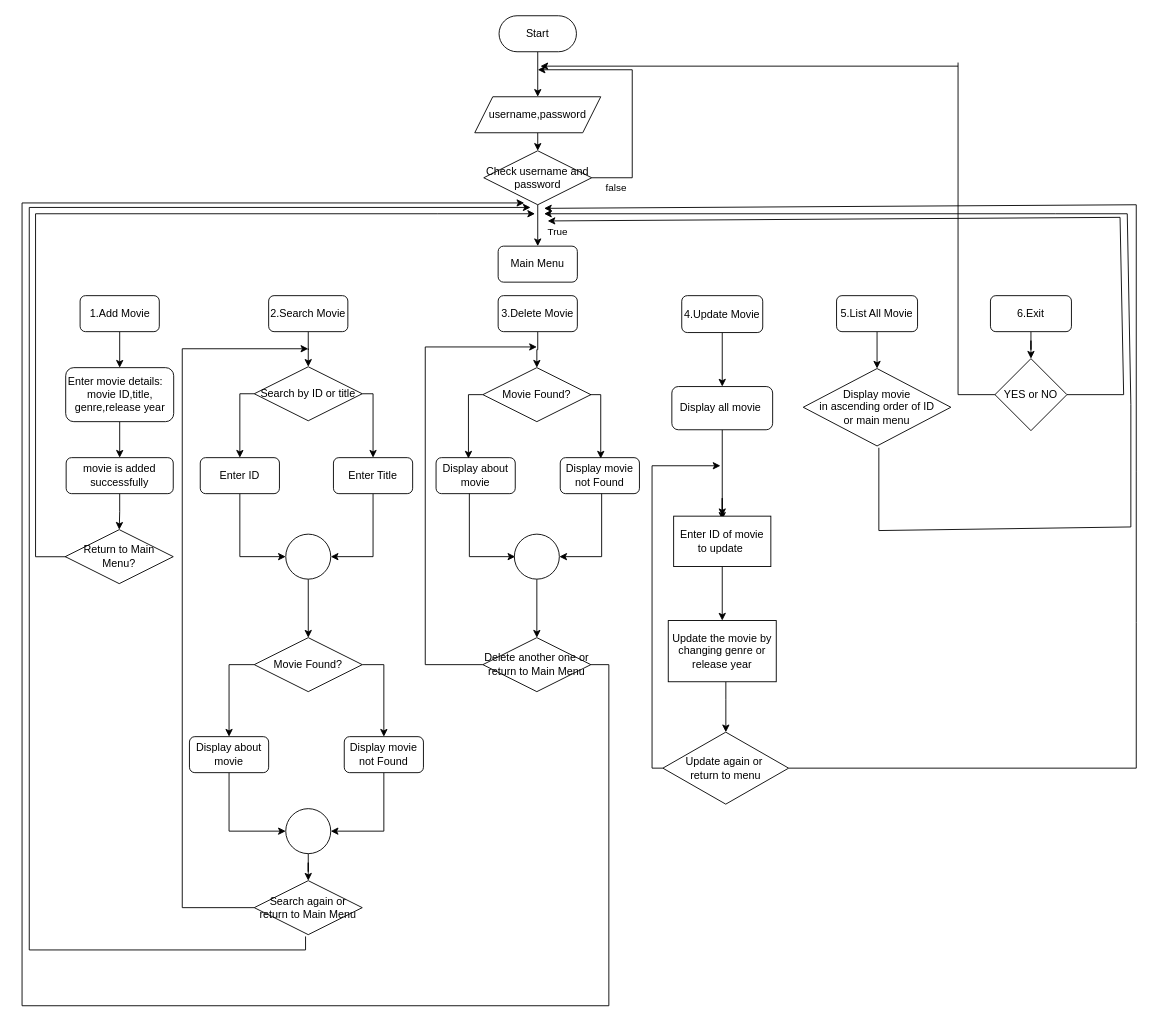
This is Untitled Diagram.drawio from Shikilion/Assignment, a draw.io file, before an edit. Source tidied: cells renumbered, new cells numbered last; positions are measured from the earlier drawing's top-left corner, leaving out a move shared by most shapes. Both pictures are drawn from the tidied source at 90%, with x=0, y=0 at pixel (22, 15).
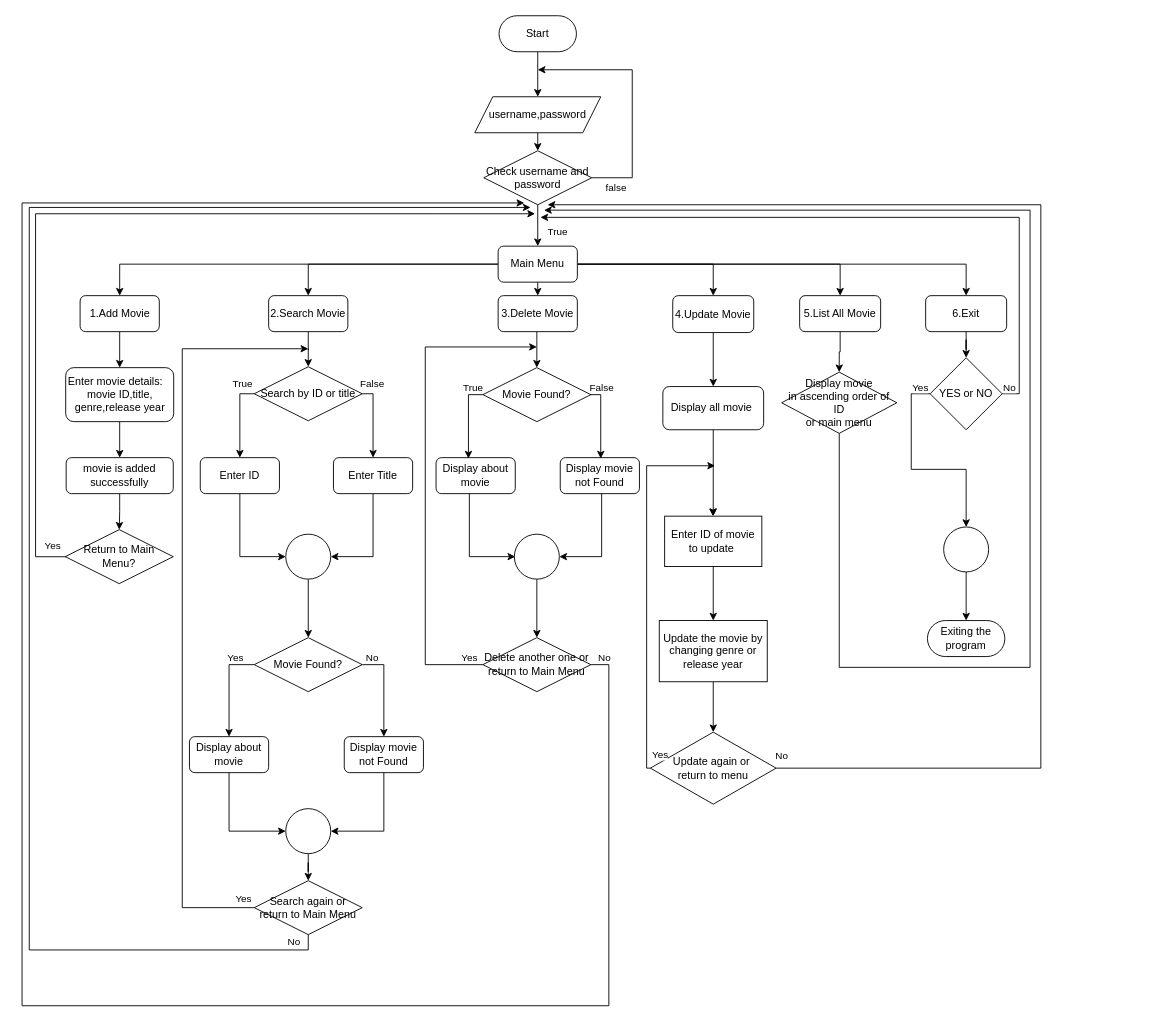
Above is the later version.

The change refers to these unchanged cells:
```xml
<mxCell id="7" value="1.Add Movie" style="rounded=1;whiteSpace=wrap;html=1;" parent="1" vertex="1">
  <mxGeometry x="64.5" y="311" width="88" height="40" as="geometry" />
</mxCell>
<mxCell id="9" value="2.Search Movie" style="rounded=1;whiteSpace=wrap;html=1;" parent="1" vertex="1">
  <mxGeometry x="274" y="311" width="88" height="40" as="geometry" />
</mxCell>
<mxCell id="11" value="3.Delete Movie" style="rounded=1;whiteSpace=wrap;html=1;" parent="1" vertex="1">
  <mxGeometry x="529" y="311" width="88" height="40" as="geometry" />
</mxCell>
<mxCell id="22" style="edgeStyle=orthogonalEdgeStyle;rounded=0;orthogonalLoop=1;jettySize=auto;html=1;" parent="1" edge="1">
  <mxGeometry relative="1" as="geometry">
    <mxPoint x="51.9" y="601.1" as="sourcePoint" />
    <mxPoint x="570" y="220" as="targetPoint" />
    <Array as="points">
      <mxPoint x="15" y="601" />
      <mxPoint x="15" y="220" />
      <mxPoint x="462" y="220" />
    </Array>
  </mxGeometry>
</mxCell>
<mxCell id="24" style="edgeStyle=orthogonalEdgeStyle;rounded=0;jettySize=auto;html=1;entryX=0.5;entryY=0;entryDx=0;entryDy=0;" parent="1" edge="1" source="26" target="28">
  <mxGeometry relative="1" as="geometry">
    <Array as="points">
      <mxPoint x="242" y="420" />
    </Array>
  </mxGeometry>
</mxCell>
<mxCell id="25" style="edgeStyle=orthogonalEdgeStyle;rounded=0;jettySize=auto;html=1;entryX=0.5;entryY=0;entryDx=0;entryDy=0;" parent="1" edge="1" source="26" target="30">
  <mxGeometry relative="1" as="geometry">
    <Array as="points">
      <mxPoint x="390" y="420" />
    </Array>
  </mxGeometry>
</mxCell>
<mxCell id="33" style="edgeStyle=orthogonalEdgeStyle;rounded=0;jettySize=auto;html=1;entryX=0.5;entryY=0;entryDx=0;entryDy=0;" parent="1" edge="1" source="35" target="37">
  <mxGeometry relative="1" as="geometry">
    <Array as="points">
      <mxPoint x="230" y="721" />
    </Array>
  </mxGeometry>
</mxCell>
<mxCell id="34" style="edgeStyle=orthogonalEdgeStyle;rounded=0;jettySize=auto;html=1;entryX=0.5;entryY=0;entryDx=0;entryDy=0;" parent="1" edge="1" source="35" target="39">
  <mxGeometry relative="1" as="geometry">
    <Array as="points">
      <mxPoint x="402" y="721" />
    </Array>
  </mxGeometry>
</mxCell>
<mxCell id="40" style="edgeStyle=orthogonalEdgeStyle;rounded=0;jettySize=auto;html=1;" parent="1" edge="1" source="42">
  <mxGeometry relative="1" as="geometry">
    <mxPoint x="318" y="370" as="targetPoint" />
    <Array as="points">
      <mxPoint x="178" y="991" />
      <mxPoint x="178" y="370" />
    </Array>
  </mxGeometry>
</mxCell>
<mxCell id="42" value="Search again or return to Main Menu" style="rhombus;whiteSpace=wrap;html=1;" parent="1" vertex="1">
  <mxGeometry x="258" y="961" width="120" height="60" as="geometry" />
</mxCell>
<mxCell id="43" value="Movie Found?" style="rhombus;whiteSpace=wrap;html=1;" parent="1" vertex="1">
  <mxGeometry x="512" y="391" width="120" height="60" as="geometry" />
</mxCell>
<mxCell id="46" style="edgeStyle=orthogonalEdgeStyle;rounded=0;jettySize=auto;html=1;" parent="1" edge="1" source="48">
  <mxGeometry relative="1" as="geometry">
    <mxPoint x="572" y="368" as="targetPoint" />
    <Array as="points">
      <mxPoint x="448" y="721" />
      <mxPoint x="448" y="368" />
    </Array>
  </mxGeometry>
</mxCell>
<mxCell id="47" style="edgeStyle=orthogonalEdgeStyle;rounded=0;jettySize=auto;html=1;exitX=1;exitY=0.5;exitDx=0;exitDy=0;" parent="1" edge="1" source="48">
  <mxGeometry relative="1" as="geometry">
    <mxPoint x="558" y="208" as="targetPoint" />
    <Array as="points">
      <mxPoint x="652" y="721" />
      <mxPoint x="652" y="1100" />
      <mxPoint y="1100" />
      <mxPoint y="208" />
    </Array>
  </mxGeometry>
</mxCell>
<mxCell id="58" value="Main Menu" style="rounded=1;whiteSpace=wrap;html=1;" parent="1" vertex="1">
  <mxGeometry x="529" y="256" width="88" height="40" as="geometry" />
</mxCell>
<mxCell id="59" style="edgeStyle=orthogonalEdgeStyle;rounded=0;orthogonalLoop=1;jettySize=auto;html=1;entryX=0.5;entryY=0;entryDx=0;entryDy=0;" parent="1" edge="1">
  <mxGeometry relative="1" as="geometry">
    <mxPoint x="512" y="421" as="sourcePoint" />
    <mxPoint x="496" y="492" as="targetPoint" />
    <Array as="points">
      <mxPoint x="496" y="421" />
    </Array>
  </mxGeometry>
</mxCell>
<mxCell id="60" style="edgeStyle=orthogonalEdgeStyle;rounded=0;orthogonalLoop=1;jettySize=auto;html=1;entryX=0.5;entryY=0;entryDx=0;entryDy=0;" parent="1" edge="1">
  <mxGeometry relative="1" as="geometry">
    <mxPoint x="631" y="421" as="sourcePoint" />
    <mxPoint x="643" y="492" as="targetPoint" />
    <Array as="points">
      <mxPoint x="643" y="421" />
    </Array>
  </mxGeometry>
</mxCell>
```

The edit, as a diff of the source:
```diff
@@
     <mxCell id="10" style="edgeStyle=orthogonalEdgeStyle;rounded=0;jettySize=auto;html=1;entryX=0.5;entryY=0;entryDx=0;entryDy=0;" parent="1" edge="1" source="11" target="43">
-      <mxGeometry relative="1" as="geometry" />
+      <mxGeometry relative="1" as="geometry">
+        <Array as="points">
+          <mxPoint x="572" y="360" />
+          <mxPoint x="572" y="360" />
+        </Array>
+      </mxGeometry>
     </mxCell>
@@
     <mxCell id="13" value="4.Update Movie" style="rounded=1;whiteSpace=wrap;html=1;" parent="1" vertex="1">
-      <mxGeometry x="733" y="311" width="90" height="41" as="geometry" />
+      <mxGeometry x="723" y="311" width="90" height="41" as="geometry" />
     </mxCell>
@@
     <mxCell id="15" value="5.List All Movie" style="rounded=1;whiteSpace=wrap;html=1;" parent="1" vertex="1">
-      <mxGeometry x="905" y="311" width="90" height="40" as="geometry" />
+      <mxGeometry x="864" y="311" width="90" height="40" as="geometry" />
     </mxCell>
@@
     <mxCell id="17" value="6.Exit" style="rounded=1;whiteSpace=wrap;html=1;" parent="1" vertex="1">
-      <mxGeometry x="1076" y="311" width="90" height="40" as="geometry" />
+      <mxGeometry x="1004" y="311" width="90" height="40" as="geometry" />
     </mxCell>
@@
+    <mxCell id="82" value="Yes" style="edgeLabel;html=1;align=center;verticalAlign=middle;" parent="22" vertex="1">
+      <mxGeometry x="-0.97" y="-4" relative="1" as="geometry">
+        <mxPoint x="-3" y="-9" as="offset" />
+      </mxGeometry>
+    </mxCell>
@@
+    <mxCell id="83" value="True" style="edgeLabel;html=1;align=center;verticalAlign=middle;" parent="24" vertex="1">
+      <mxGeometry x="-0.75" y="1" relative="1" as="geometry">
+        <mxPoint x="-3" y="-13" as="offset" />
+      </mxGeometry>
+    </mxCell>
@@
+    <mxCell id="84" value="False" style="edgeLabel;html=1;align=center;verticalAlign=middle;" parent="25" vertex="1">
+      <mxGeometry x="-0.38" relative="1" as="geometry">
+        <mxPoint x="-2" y="-26" as="offset" />
+      </mxGeometry>
+    </mxCell>
@@
+    <mxCell id="85" value="Yes" style="edgeLabel;html=1;align=center;verticalAlign=middle;" parent="33" vertex="1">
+      <mxGeometry x="-0.6" y="1" relative="1" as="geometry">
+        <mxPoint y="-10" as="offset" />
+      </mxGeometry>
+    </mxCell>
@@
+    <mxCell id="86" value="No" style="edgeLabel;html=1;align=center;verticalAlign=middle;" parent="34" vertex="1">
+      <mxGeometry x="-0.79" y="-2" relative="1" as="geometry">
+        <mxPoint x="-1" y="-11" as="offset" />
+      </mxGeometry>
+    </mxCell>
@@
+    <mxCell id="87" value="Yes" style="edgeLabel;html=1;align=center;verticalAlign=middle;" parent="40" vertex="1">
+      <mxGeometry x="-0.97" relative="1" as="geometry">
+        <mxPoint y="-11" as="offset" />
+      </mxGeometry>
+    </mxCell>
-    <mxCell id="41" style="edgeStyle=orthogonalEdgeStyle;rounded=0;orthogonalLoop=1;jettySize=auto;html=1;" parent="1" edge="1">
+    <mxCell id="41" style="edgeStyle=orthogonalEdgeStyle;rounded=0;jettySize=auto;html=1;exitX=0.5;exitY=1;exitDx=0;exitDy=0;" parent="1" edge="1" source="42">
       <mxGeometry relative="1" as="geometry">
-        <mxPoint x="315" y="1023" as="sourcePoint" />
         <mxPoint x="565" y="213" as="targetPoint" />
         <Array as="points">
-          <mxPoint x="315" y="1038" />
+          <mxPoint x="318" y="1038" />
           <mxPoint x="8" y="1038" />
           <mxPoint x="8" y="213" />
         </Array>
       </mxGeometry>
     </mxCell>
+    <mxCell id="88" value="No" style="edgeLabel;html=1;align=center;verticalAlign=middle;" parent="41" vertex="1">
+      <mxGeometry x="-0.96" y="4" relative="1" as="geometry">
+        <mxPoint y="-14" as="offset" />
+      </mxGeometry>
+    </mxCell>
@@
+    <mxCell id="89" value="Yes" style="edgeLabel;html=1;align=center;verticalAlign=middle;" parent="46" vertex="1">
+      <mxGeometry x="-0.94" y="3" relative="1" as="geometry">
+        <mxPoint y="-12" as="offset" />
+      </mxGeometry>
+    </mxCell>
@@
+    <mxCell id="90" value="No" style="edgeLabel;html=1;align=center;verticalAlign=middle;" parent="47" vertex="1">
+      <mxGeometry x="-0.99" relative="1" as="geometry">
+        <mxPoint x="1" y="-9" as="offset" />
+      </mxGeometry>
+    </mxCell>
@@
+    <mxCell id="91" style="edgeStyle=orthogonalEdgeStyle;rounded=0;jettySize=auto;html=1;entryX=0.5;entryY=0;entryDx=0;entryDy=0;" parent="1" edge="1" source="58" target="7">
+      <mxGeometry relative="1" as="geometry" />
+    </mxCell>
+    <mxCell id="92" style="edgeStyle=orthogonalEdgeStyle;rounded=0;jettySize=auto;html=1;entryX=0.5;entryY=0;entryDx=0;entryDy=0;" parent="1" edge="1" source="58" target="9">
+      <mxGeometry relative="1" as="geometry" />
+    </mxCell>
+    <mxCell id="93" style="edgeStyle=orthogonalEdgeStyle;rounded=0;jettySize=auto;html=1;exitX=0.5;exitY=1;exitDx=0;exitDy=0;entryX=0.5;entryY=0;entryDx=0;entryDy=0;" parent="1" edge="1" source="58" target="11">
+      <mxGeometry relative="1" as="geometry" />
+    </mxCell>
+    <mxCell id="94" style="edgeStyle=orthogonalEdgeStyle;rounded=0;jettySize=auto;html=1;entryX=0.5;entryY=0;entryDx=0;entryDy=0;" parent="1" edge="1" source="58" target="13">
+      <mxGeometry relative="1" as="geometry" />
+    </mxCell>
+    <mxCell id="95" style="edgeStyle=orthogonalEdgeStyle;rounded=0;jettySize=auto;html=1;entryX=0.5;entryY=0;entryDx=0;entryDy=0;" parent="1" edge="1" source="58" target="15">
+      <mxGeometry relative="1" as="geometry" />
+    </mxCell>
+    <mxCell id="96" style="edgeStyle=orthogonalEdgeStyle;rounded=0;jettySize=auto;html=1;entryX=0.5;entryY=0;entryDx=0;entryDy=0;" parent="1" edge="1" source="58" target="17">
+      <mxGeometry relative="1" as="geometry" />
+    </mxCell>
@@
+    <mxCell id="97" value="True" style="edgeLabel;html=1;align=center;verticalAlign=middle;" parent="59" vertex="1">
+      <mxGeometry x="-0.82" y="2" relative="1" as="geometry">
+        <mxPoint x="-4" y="-11" as="offset" />
+      </mxGeometry>
+    </mxCell>
@@
+    <mxCell id="98" value="False" style="edgeLabel;html=1;align=center;verticalAlign=middle;" parent="60" vertex="1">
+      <mxGeometry x="-0.04" relative="1" as="geometry">
+        <mxPoint y="-37" as="offset" />
+      </mxGeometry>
+    </mxCell>
@@
-    <mxCell id="63" style="edgeStyle=orthogonalEdgeStyle;rounded=0;jettySize=auto;html=1;" parent="1" edge="1" source="64" target="65">
-      <mxGeometry relative="1" as="geometry">
-        <Array as="points">
-          <mxPoint x="782" y="760" />
-          <mxPoint x="782" y="760" />
-        </Array>
-      </mxGeometry>
+    <mxCell id="63" style="edgeStyle=orthogonalEdgeStyle;rounded=0;jettySize=auto;html=1;entryX=0.5;entryY=0;entryDx=0;entryDy=0;" parent="1" edge="1" source="64" target="65">
+      <mxGeometry relative="1" as="geometry" />
     </mxCell>
     <mxCell id="64" value="Update the movie by&lt;div&gt;changing genre or&lt;/div&gt;&lt;div&gt;release year&lt;/div&gt;" style="rounded=0;whiteSpace=wrap;html=1;" parent="1" vertex="1">
-      <mxGeometry x="718" y="672" width="120" height="68" as="geometry" />
+      <mxGeometry x="708" y="672" width="120" height="68" as="geometry" />
     </mxCell>
+    <mxCell id="99" style="edgeStyle=orthogonalEdgeStyle;rounded=0;jettySize=auto;html=1;exitX=1;exitY=0.5;exitDx=0;exitDy=0;" parent="1" edge="1" source="65">
+      <mxGeometry relative="1" as="geometry">
+        <mxPoint x="584" y="210" as="targetPoint" />
+        <Array as="points">
+          <mxPoint x="1132" y="836" />
+          <mxPoint x="1132" y="210" />
+        </Array>
+      </mxGeometry>
+    </mxCell>
+    <mxCell id="100" value="No" style="edgeLabel;html=1;align=center;verticalAlign=middle;" parent="99" vertex="1">
+      <mxGeometry x="-0.98" y="-2" relative="1" as="geometry">
+        <mxPoint x="-9" y="-17" as="offset" />
+      </mxGeometry>
+    </mxCell>
     <mxCell id="65" value="Update again or&amp;nbsp;&lt;div&gt;return to menu&lt;/div&gt;" style="rhombus;whiteSpace=wrap;html=1;" parent="1" vertex="1">
-      <mxGeometry x="712" y="796" width="139.8" height="80" as="geometry" />
+      <mxGeometry x="698.1" y="796" width="139.8" height="80" as="geometry" />
     </mxCell>
@@
     <mxCell id="67" value="Display all movie&amp;nbsp;" style="rounded=1;whiteSpace=wrap;html=1;" parent="1" vertex="1">
-      <mxGeometry x="722" y="412" width="112" height="48" as="geometry" />
+      <mxGeometry x="712" y="412" width="112" height="48" as="geometry" />
     </mxCell>
-    <mxCell id="68" style="edgeStyle=orthogonalEdgeStyle;rounded=0;jettySize=auto;html=1;" parent="1" edge="1" source="70">
+    <mxCell id="68" style="edgeStyle=orthogonalEdgeStyle;rounded=0;orthogonalLoop=1;jettySize=auto;html=1;" parent="1" edge="1">
       <mxGeometry relative="1" as="geometry">
-        <mxPoint x="778" y="560" as="targetPoint" />
+        <mxPoint x="767.7" y="552" as="sourcePoint" />
+        <mxPoint x="767.8" y="556" as="targetPoint" />
       </mxGeometry>
     </mxCell>
@@
     <mxCell id="70" value="Enter ID of movie to update&amp;nbsp;" style="rounded=0;whiteSpace=wrap;html=1;" parent="1" vertex="1">
-      <mxGeometry x="724" y="556" width="108" height="56" as="geometry" />
+      <mxGeometry x="714" y="556" width="108" height="56" as="geometry" />
     </mxCell>
     <mxCell id="71" style="endArrow=classic;html=1;rounded=0;" parent="1" edge="1">
       <mxGeometry relative="1" as="geometry">
-        <mxPoint x="700" y="500" as="sourcePoint" />
-        <mxPoint x="776" y="500" as="targetPoint" />
+        <mxPoint x="694" y="500" as="sourcePoint" />
+        <mxPoint x="770" y="500" as="targetPoint" />
       </mxGeometry>
     </mxCell>
     <mxCell id="72" style="endArrow=none;html=1;rounded=0;exitX=0;exitY=0.5;exitDx=0;exitDy=0;" parent="1" edge="1" source="65">
       <mxGeometry relative="1" as="geometry">
-        <mxPoint x="700" y="500" as="targetPoint" />
+        <mxPoint x="694" y="500" as="targetPoint" />
         <Array as="points">
-          <mxPoint x="700" y="836" />
+          <mxPoint x="694" y="836" />
         </Array>
       </mxGeometry>
     </mxCell>
-    <mxCell id="73" style="endArrow=classic;html=1;rounded=0;" parent="1" edge="1">
-      <mxGeometry relative="1" as="geometry">
-        <mxPoint x="852" y="836" as="sourcePoint" />
-        <mxPoint x="580" y="214" as="targetPoint" />
-        <Array as="points">
-          <mxPoint x="1238" y="836" />
-          <mxPoint x="1238" y="674" />
-          <mxPoint x="1238" y="506" />
-          <mxPoint x="1238" y="210" />
-        </Array>
-      </mxGeometry>
-    </mxCell>
+    <mxCell id="101" value="Yes" style="edgeLabel;html=1;align=center;verticalAlign=middle;" parent="72" vertex="1">
+      <mxGeometry x="-0.96" y="-2" relative="1" as="geometry">
+        <mxPoint x="12" y="-13" as="offset" />
+      </mxGeometry>
+    </mxCell>
+    <mxCell id="102" style="edgeStyle=orthogonalEdgeStyle;rounded=0;jettySize=auto;html=1;" parent="1" edge="1" source="74">
+      <mxGeometry relative="1" as="geometry">
+        <mxPoint x="580" y="216" as="targetPoint" />
+        <Array as="points">
+          <mxPoint x="908" y="724" />
+          <mxPoint x="1120" y="724" />
+          <mxPoint x="1120" y="216" />
+        </Array>
+      </mxGeometry>
+    </mxCell>
     <mxCell id="74" value="Display movie&lt;div&gt;in ascending order of ID&lt;/div&gt;&lt;div&gt;or main menu&lt;/div&gt;" style="rhombus;whiteSpace=wrap;html=1;" parent="1" vertex="1">
-      <mxGeometry x="868" y="392" width="164" height="86" as="geometry" />
+      <mxGeometry x="844" y="396" width="128" height="68" as="geometry" />
     </mxCell>
-    <mxCell id="75" style="endArrow=none;html=1;rounded=0;" parent="1" edge="1">
-      <mxGeometry relative="1" as="geometry">
-        <mxPoint x="952" y="480" as="sourcePoint" />
-        <mxPoint x="1148" y="220" as="targetPoint" />
-        <Array as="points">
-          <mxPoint x="952" y="572" />
-          <mxPoint x="1232" y="568" />
-          <mxPoint x="1232" y="432" />
-          <mxPoint x="1228" y="220" />
-        </Array>
-      </mxGeometry>
-    </mxCell>
-    <mxCell id="76" style="endArrow=classic;html=1;rounded=0;" parent="1" edge="1">
-      <mxGeometry relative="1" as="geometry">
-        <mxPoint x="1148" y="220" as="sourcePoint" />
-        <mxPoint x="580" y="220" as="targetPoint" />
-      </mxGeometry>
-    </mxCell>
+    <mxCell id="103" style="edgeStyle=orthogonalEdgeStyle;rounded=0;jettySize=auto;html=1;exitX=0;exitY=0.5;exitDx=0;exitDy=0;entryX=0.5;entryY=0;entryDx=0;entryDy=0;" parent="1" edge="1" source="77" target="108">
+      <mxGeometry relative="1" as="geometry">
+        <Array as="points">
+          <mxPoint x="988" y="420" />
+          <mxPoint x="988" y="504" />
+          <mxPoint x="1049" y="504" />
+        </Array>
+      </mxGeometry>
+    </mxCell>
+    <mxCell id="104" value="Yes" style="edgeLabel;html=1;align=center;verticalAlign=middle;" parent="103" vertex="1">
+      <mxGeometry x="-0.92" y="5" relative="1" as="geometry">
+        <mxPoint x="-3" y="-13" as="offset" />
+      </mxGeometry>
+    </mxCell>
+    <mxCell id="105" style="edgeStyle=orthogonalEdgeStyle;rounded=0;jettySize=auto;html=1;exitX=1;exitY=0.5;exitDx=0;exitDy=0;" parent="1" edge="1" source="77">
+      <mxGeometry relative="1" as="geometry">
+        <mxPoint x="576" y="224" as="targetPoint" />
+        <Array as="points">
+          <mxPoint x="1108" y="420" />
+          <mxPoint x="1108" y="224" />
+        </Array>
+      </mxGeometry>
+    </mxCell>
+    <mxCell id="106" value="No" style="edgeLabel;html=1;align=center;verticalAlign=middle;" parent="105" vertex="1">
+      <mxGeometry x="-0.98" y="-1" relative="1" as="geometry">
+        <mxPoint y="-9" as="offset" />
+      </mxGeometry>
+    </mxCell>
     <mxCell id="77" value="YES or NO" style="rhombus;whiteSpace=wrap;html=1;" parent="1" vertex="1">
-      <mxGeometry x="1081" y="381" width="80" height="80" as="geometry" />
+      <mxGeometry x="1009" y="380" width="80" height="80" as="geometry" />
     </mxCell>
-    <mxCell id="78" style="endArrow=none;html=1;rounded=0;exitX=1;exitY=0.5;exitDx=0;exitDy=0;" parent="1" edge="1" source="77">
-      <mxGeometry relative="1" as="geometry">
-        <mxPoint x="1220" y="224" as="targetPoint" />
-        <Array as="points">
-          <mxPoint x="1224" y="421" />
-        </Array>
-      </mxGeometry>
-    </mxCell>
-    <mxCell id="79" style="endArrow=classic;html=1;rounded=0;" parent="1" edge="1">
-      <mxGeometry relative="1" as="geometry">
-        <mxPoint x="1220" y="224" as="sourcePoint" />
-        <mxPoint x="584" y="228" as="targetPoint" />
-      </mxGeometry>
-    </mxCell>
-    <mxCell id="80" style="endArrow=none;html=1;rounded=0;entryX=0;entryY=0.5;entryDx=0;entryDy=0;" parent="1" edge="1" target="77">
-      <mxGeometry relative="1" as="geometry">
-        <mxPoint x="1040" y="52" as="sourcePoint" />
-        <Array as="points">
-          <mxPoint x="1040" y="421" />
-        </Array>
-      </mxGeometry>
-    </mxCell>
-    <mxCell id="81" style="endArrow=classic;html=1;rounded=0;" parent="1" edge="1">
-      <mxGeometry relative="1" as="geometry">
-        <mxPoint x="1040" y="56" as="sourcePoint" />
-        <mxPoint x="576" y="56" as="targetPoint" />
-      </mxGeometry>
-    </mxCell>
+    <mxCell id="107" style="edgeStyle=orthogonalEdgeStyle;rounded=0;jettySize=auto;html=1;entryX=0.5;entryY=0;entryDx=0;entryDy=0;" parent="1" edge="1" source="108" target="109">
+      <mxGeometry relative="1" as="geometry" />
+    </mxCell>
+    <mxCell id="108" style="ellipse;whiteSpace=wrap;html=1;" parent="1" vertex="1">
+      <mxGeometry x="1024" y="568" width="50" height="50" as="geometry" />
+    </mxCell>
+    <mxCell id="109" value="Exiting the program" style="rounded=1;whiteSpace=wrap;html=1;arcSize=50;" parent="1" vertex="1">
+      <mxGeometry x="1006" y="672" width="86" height="40" as="geometry" />
+    </mxCell>
```
